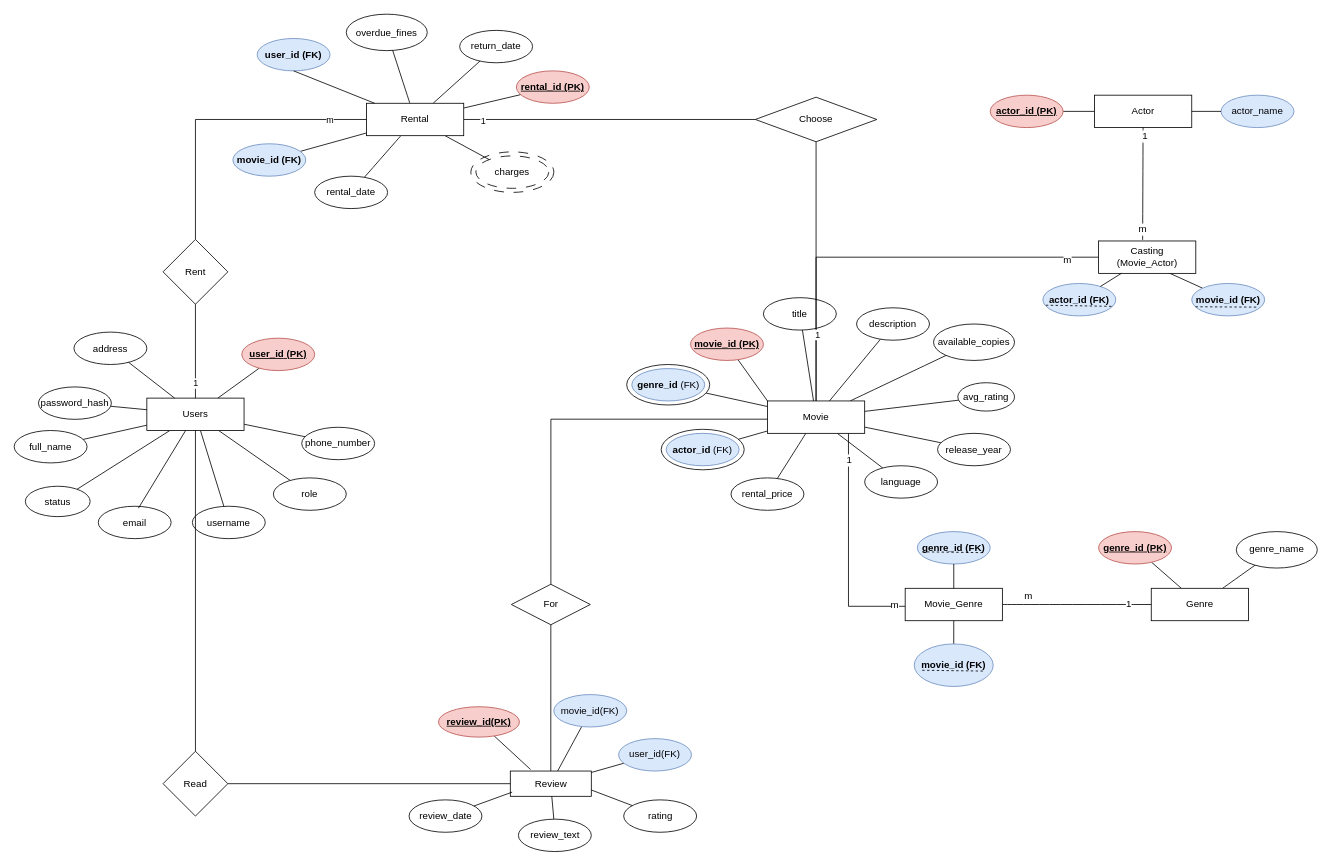
Earlier version of the draw.io diagram ERD_MovieRentalSystem.drawio (TAK1ST/Rentail-Movie). Source tidied: cells renumbered, new cells numbered last; positions are measured from the earlier drawing's top-left corner, leaving out a move shared by most shapes. Both pictures are drawn from the tidied source at 81%, with x=0, y=0 at pixel (14, 14).
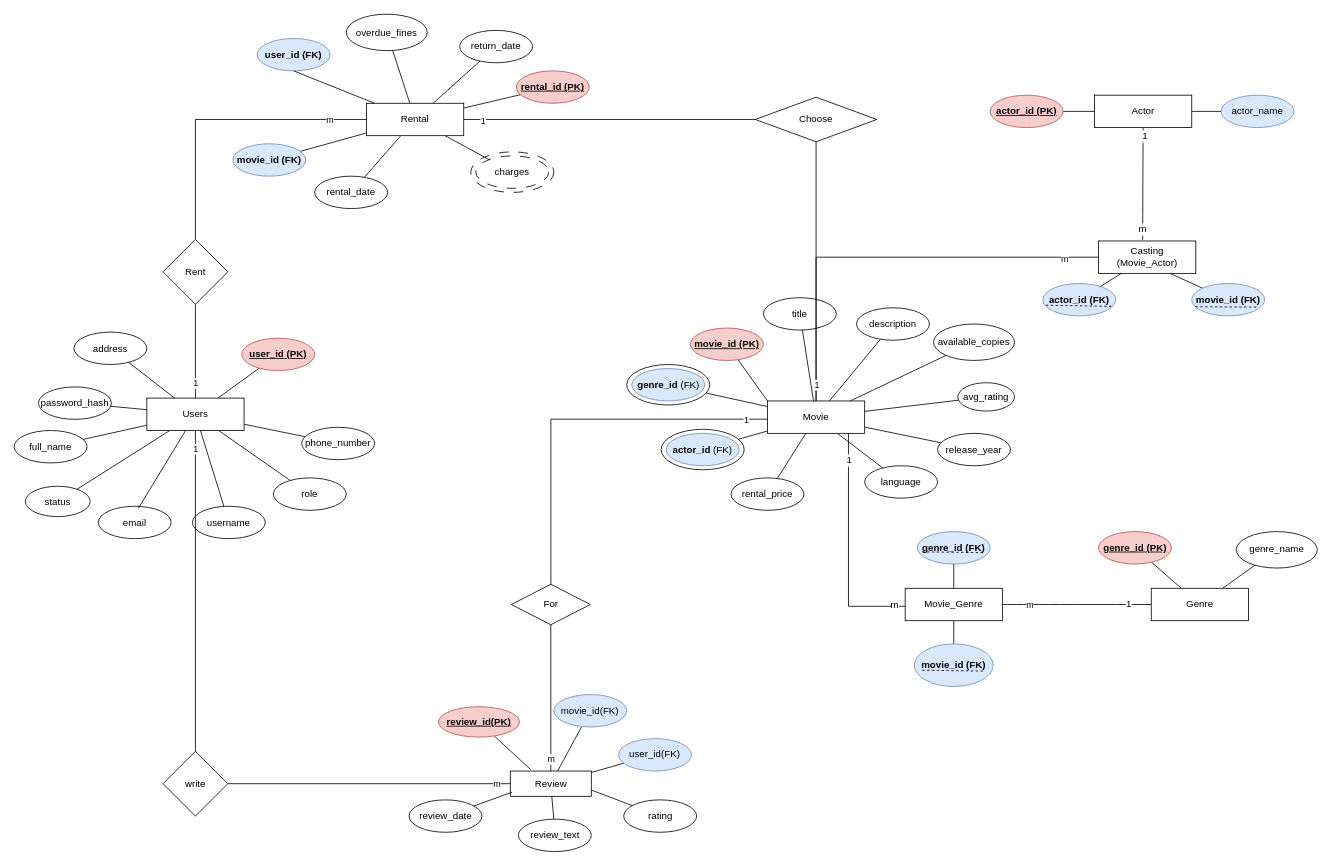
The same diagram, later.

The change refers to these unchanged cells:
```xml
<mxCell id="50" style="edgeStyle=none;curved=1;rounded=0;jettySize=auto;html=1;fontSize=12;startSize=8;endSize=8;endArrow=none;endFill=0;" parent="1" edge="1" source="53" target="43">
  <mxGeometry relative="1" as="geometry" />
</mxCell>
<mxCell id="63" style="edgeStyle=orthogonalEdgeStyle;rounded=0;jettySize=auto;html=1;entryX=0.5;entryY=0;entryDx=0;entryDy=0;fontSize=12;startSize=8;endSize=8;endArrow=none;endFill=0;" parent="1" edge="1" source="65" target="27">
  <mxGeometry relative="1" as="geometry" />
</mxCell>
<mxCell id="85" style="edgeStyle=orthogonalEdgeStyle;rounded=0;jettySize=auto;html=1;fontSize=12;startSize=8;endSize=8;endArrow=none;endFill=0;exitX=0.5;exitY=1;exitDx=0;exitDy=0;" parent="1" edge="1" source="87" target="27">
  <mxGeometry relative="1" as="geometry" />
</mxCell>
<mxCell id="115" style="endArrow=none;html=1;rounded=0;" parent="1" edge="1" source="8" target="114">
  <mxGeometry relative="1" as="geometry" />
</mxCell>
<mxCell id="116" style="endArrow=none;html=1;rounded=0;edgeStyle=orthogonalEdgeStyle;" parent="1" edge="1" source="98" target="114">
  <mxGeometry relative="1" as="geometry" />
</mxCell>
<mxCell id="122" style="endArrow=none;html=1;rounded=0;edgeStyle=orthogonalEdgeStyle;" parent="1" edge="1" source="121" target="27">
  <mxGeometry relative="1" as="geometry">
    <Array as="points">
      <mxPoint x="663" y="500" />
    </Array>
  </mxGeometry>
</mxCell>
<mxCell id="123" style="endArrow=none;html=1;rounded=0;" parent="1" edge="1" source="98" target="121">
  <mxGeometry relative="1" as="geometry" />
</mxCell>
```

The edit, as a diff of the source:
```diff
@@
-    <mxCell id="52" value="m" style="edgeLabel;html=1;align=center;verticalAlign=middle;fontSize=12;" parent="50" vertex="1">
-      <mxGeometry x="-0.66" y="2" relative="1" as="geometry">
-        <mxPoint y="-9" as="offset" />
-      </mxGeometry>
-    </mxCell>
+    <mxCell id="124" value="m" style="edgeLabel;html=1;align=center;verticalAlign=middle;" parent="50" vertex="1">
+      <mxGeometry x="-0.64" y="-1" relative="1" as="geometry" />
+    </mxCell>
@@
-    <mxCell id="64" value="m" style="edgeLabel;html=1;align=center;verticalAlign=middle;fontSize=12;" parent="63" vertex="1">
-      <mxGeometry x="-0.85" y="3" relative="1" as="geometry" />
-    </mxCell>
+    <mxCell id="125" value="m" style="edgeLabel;html=1;align=center;verticalAlign=middle;" parent="63" vertex="1">
+      <mxGeometry x="-0.84" y="2" relative="1" as="geometry" />
+    </mxCell>
@@
     <mxCell id="86" value="1" style="edgeLabel;html=1;align=center;verticalAlign=middle;" parent="85" vertex="1">
-      <mxGeometry x="0.49" y="1" relative="1" as="geometry" />
+      <mxGeometry x="0.49" y="1" relative="1" as="geometry">
+        <mxPoint x="-1" y="62" as="offset" />
+      </mxGeometry>
     </mxCell>
@@
-    <mxCell id="114" value="Read" style="rhombus;whiteSpace=wrap;html=1;" parent="1" vertex="1">
+    <mxCell id="114" value="write" style="rhombus;whiteSpace=wrap;html=1;" parent="1" vertex="1">
       <mxGeometry x="183.8" y="910" width="80" height="80" as="geometry" />
     </mxCell>
@@
+    <mxCell id="126" value="1" style="edgeLabel;html=1;align=center;verticalAlign=middle;" parent="115" vertex="1">
+      <mxGeometry x="-0.89" relative="1" as="geometry" />
+    </mxCell>
@@
+    <mxCell id="127" value="m" style="edgeLabel;html=1;align=center;verticalAlign=middle;" parent="116" vertex="1">
+      <mxGeometry x="-0.9" relative="1" as="geometry" />
+    </mxCell>
@@
+    <mxCell id="128" value="1" style="edgeLabel;html=1;align=center;verticalAlign=middle;" parent="122" vertex="1">
+      <mxGeometry x="0.89" relative="1" as="geometry" />
+    </mxCell>
@@
+    <mxCell id="129" value="m" style="edgeLabel;html=1;align=center;verticalAlign=middle;" parent="123" vertex="1">
+      <mxGeometry x="-0.83" y="1" relative="1" as="geometry">
+        <mxPoint x="1" as="offset" />
+      </mxGeometry>
+    </mxCell>
```
